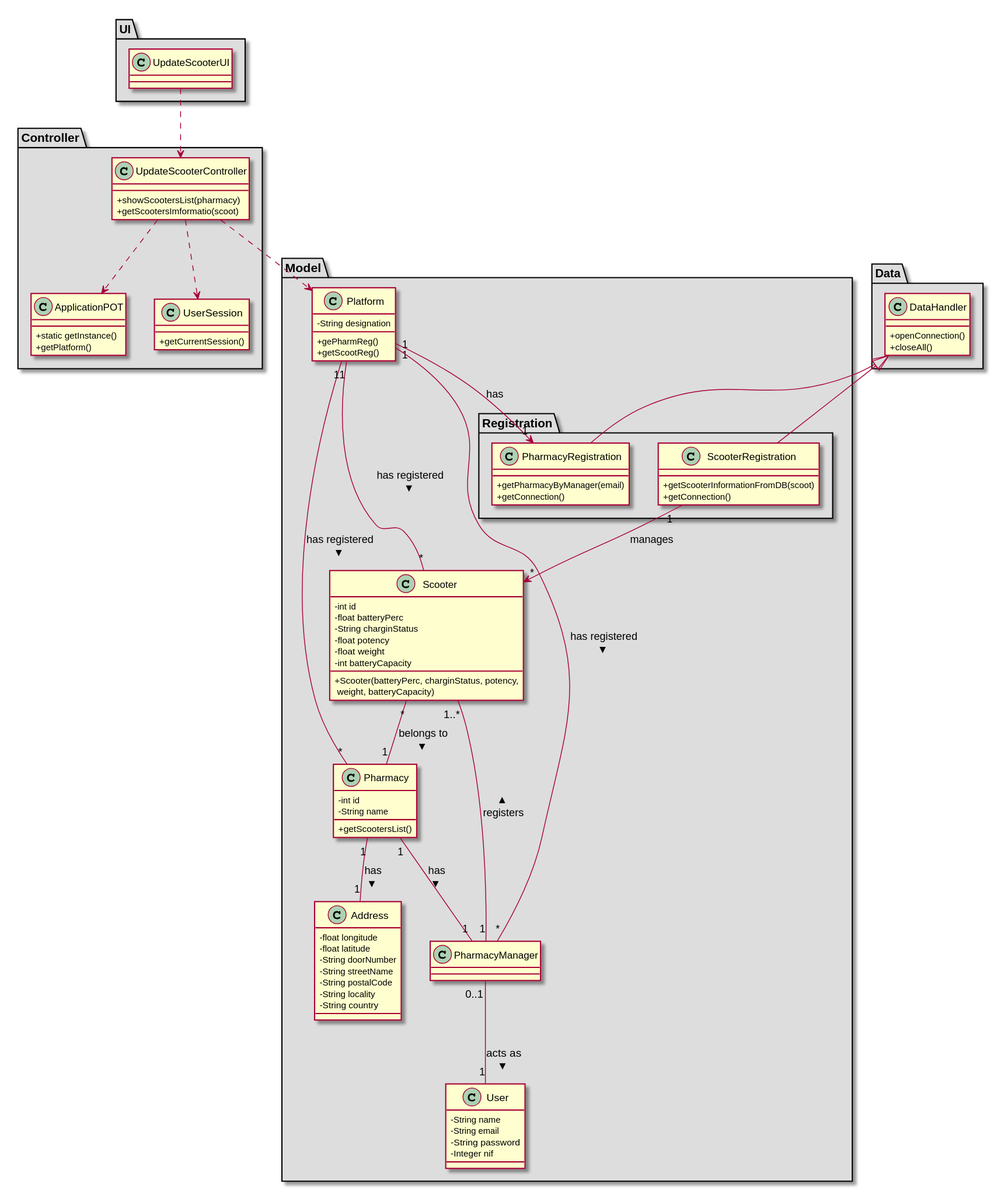
This is docs/Iteration 1/Scooter Management/US57_ScooterInformation/US57_CD.svg from tiagoavcosta25/LAPR3, a PlantUML export, as it was before one commit.
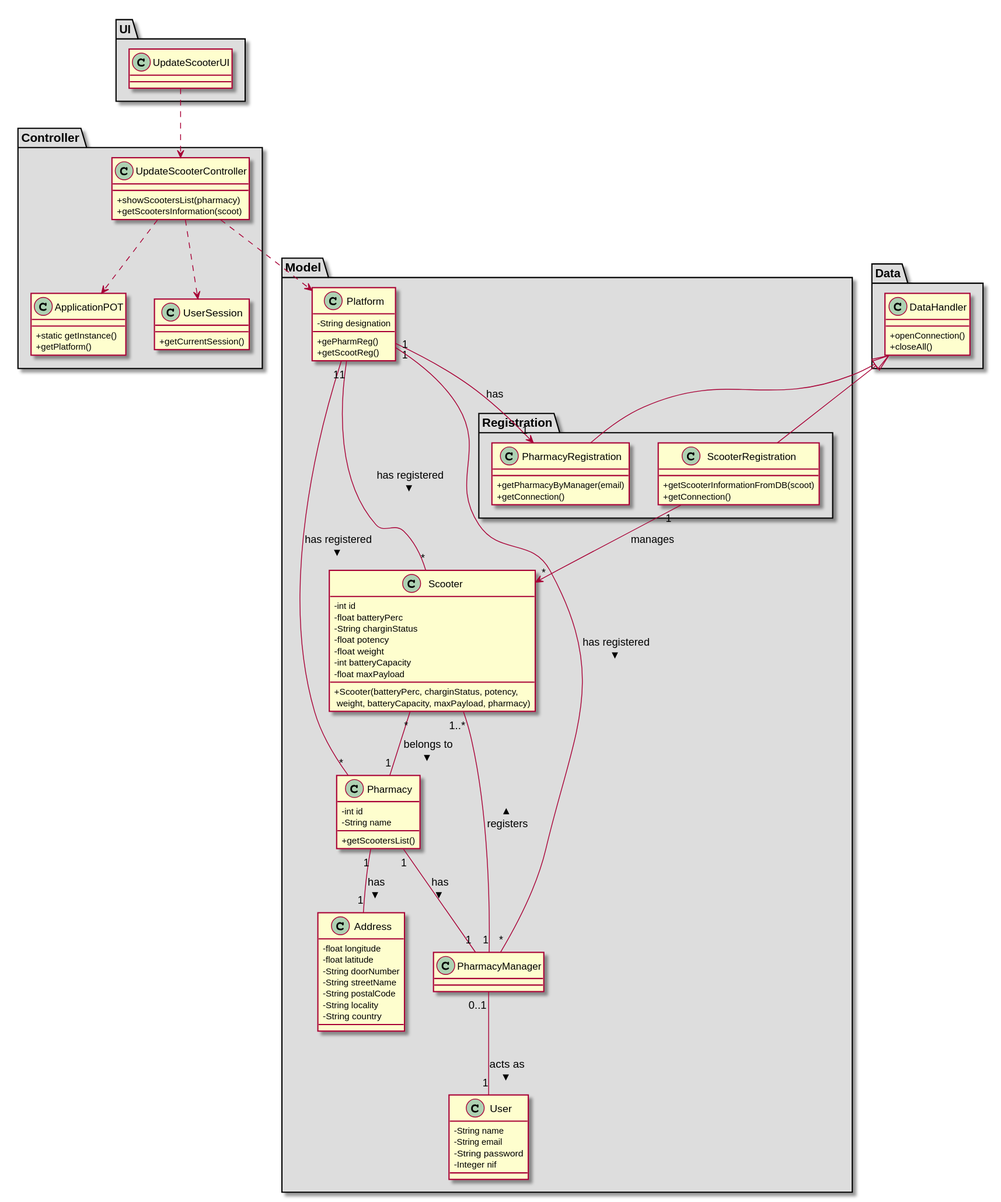
The same diagram one commit later.

Diff of the diagram source:
```diff
@@ -11,7 +11,7 @@
 package "Controller" #DDDDDD {
 class UpdateScooterController{
     +showScootersList(pharmacy)
-    +getScootersImformatio(scoot)
+    +getScootersInformation(scoot)
 }
 
 class ApplicationPOT
@@ -54,7 +54,8 @@
   -float potency
   -float weight
   -int batteryCapacity
-  +Scooter(batteryPerc, charginStatus, potency,\n weight, batteryCapacity)
+  -float maxPayload
+  +Scooter(batteryPerc, charginStatus, potency,\n weight, batteryCapacity, maxPayload, pharmacy)
 }
 
 class Address{
```
